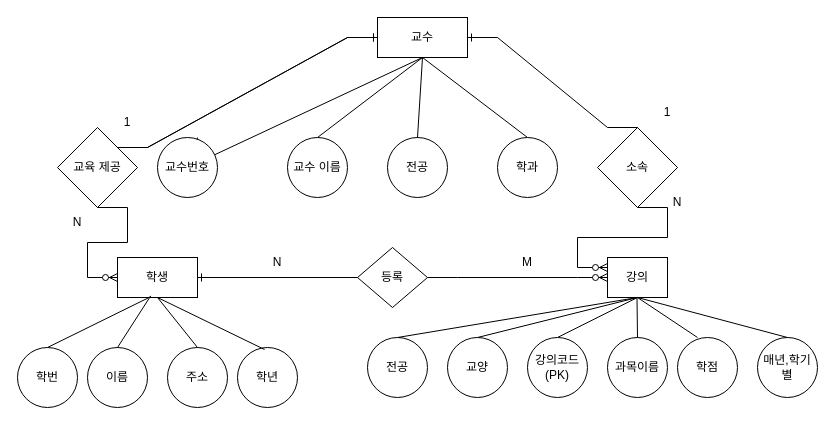
This is page "Page-1" (1 of 2) of MySQL/제목 없는 다이어그램.drawio from gata96/TIL, a draw.io file, before an edit. Source tidied: cells renumbered, new cells numbered last; positions are measured from the earlier drawing's top-left corner, leaving out a move shared by most shapes. Both pictures are drawn from the tidied source at 100%, with x=0, y=0 at pixel (17, 17).
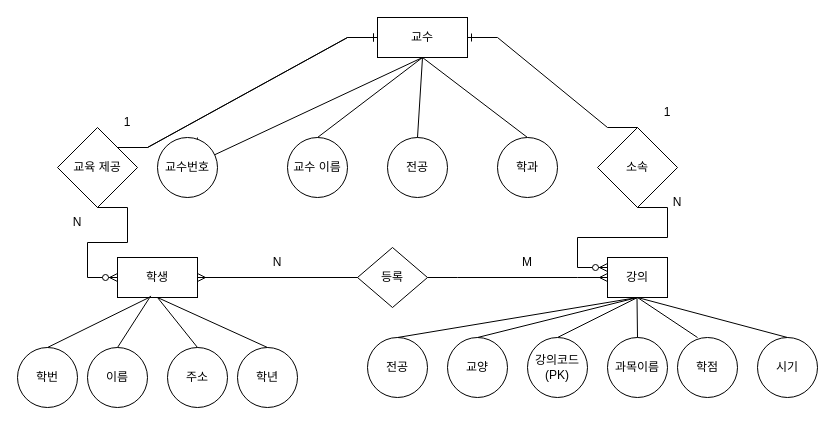
The same diagram, later.

Commit message:
Feb21-DB 09-02_ SQL Advanced

The change refers to these unchanged cells:
```xml
<mxCell id="13" value="학생" style="rounded=0;whiteSpace=wrap;html=1;fontColor=none;" parent="1" vertex="1">
  <mxGeometry x="100" y="240" width="80" height="40" as="geometry" />
</mxCell>
<mxCell id="25" value="강의" style="rounded=0;whiteSpace=wrap;html=1;fontColor=none;" parent="1" vertex="1">
  <mxGeometry x="590" y="240" width="60" height="40" as="geometry" />
</mxCell>
```

Diff of the diagram source:
```diff
@@
-    <mxCell id="7" value="매년,학기별" style="ellipse;whiteSpace=wrap;html=1;" parent="1" vertex="1">
+    <mxCell id="7" value="시기" style="ellipse;whiteSpace=wrap;html=1;" parent="1" vertex="1">
       <mxGeometry x="740" y="320" width="60" height="60" as="geometry" />
     </mxCell>
@@
     <mxCell id="24" style="endArrow=none;html=1;rounded=0;fontColor=none;entryX=0.5;entryY=1;entryDx=0;entryDy=0;" parent="1" edge="1" target="13">
       <mxGeometry relative="1" as="geometry">
-        <mxPoint x="247" y="332" as="sourcePoint" />
+        <mxPoint x="250" y="330" as="sourcePoint" />
       </mxGeometry>
     </mxCell>
@@
-    <mxCell id="48" style="edgeStyle=entityRelationEdgeStyle;fontSize=12;html=1;endArrow=ERone;endFill=1;rounded=0;fontColor=none;entryX=1;entryY=0.5;entryDx=0;entryDy=0;" parent="1" edge="1" target="13">
-      <mxGeometry relative="1" as="geometry">
-        <mxPoint x="310" y="260" as="sourcePoint" />
-      </mxGeometry>
-    </mxCell>
-    <mxCell id="49" style="edgeStyle=entityRelationEdgeStyle;fontSize=12;html=1;endArrow=ERzeroToMany;endFill=1;rounded=0;fontColor=none;entryX=0;entryY=0.5;entryDx=0;entryDy=0;" parent="1" edge="1" target="25">
-      <mxGeometry relative="1" as="geometry">
-        <mxPoint x="410" y="260" as="sourcePoint" />
-      </mxGeometry>
-    </mxCell>
+    <mxCell id="50" style="edgeStyle=entityRelationEdgeStyle;fontSize=12;html=1;endArrow=ERmany;rounded=0;fontColor=none;" parent="1" edge="1">
+      <mxGeometry relative="1" as="geometry">
+        <mxPoint x="410" y="260" as="sourcePoint" />
+        <mxPoint x="590" y="260" as="targetPoint" />
+      </mxGeometry>
+    </mxCell>
+    <mxCell id="51" style="edgeStyle=entityRelationEdgeStyle;fontSize=12;html=1;endArrow=ERmany;rounded=0;fontColor=none;" parent="1" edge="1" target="13">
+      <mxGeometry relative="1" as="geometry">
+        <mxPoint x="310" y="260" as="sourcePoint" />
+      </mxGeometry>
+    </mxCell>
```
